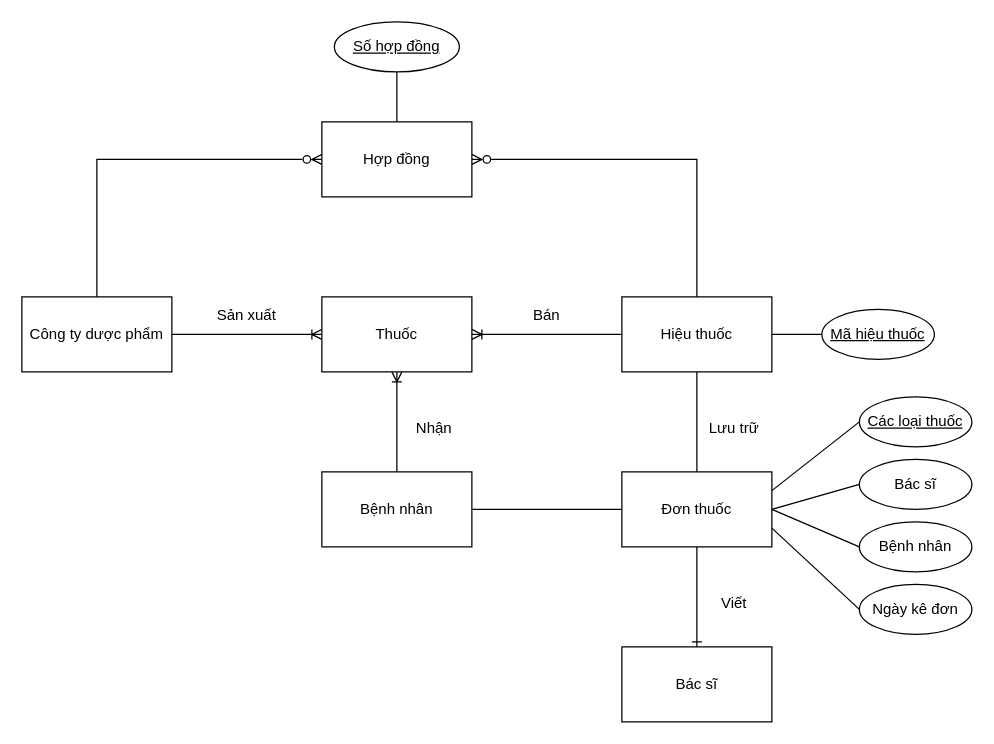
The draw.io diagram page "ER" (1 of 2) of bai1.drawio in kinatraa/DrawIO, before the edit. Source tidied: cells renumbered, new cells numbered last; positions are measured from the earlier drawing's top-left corner, leaving out a move shared by most shapes. Both pictures are drawn from the tidied source at 125%, with x=0, y=0 at pixel (21, 21).
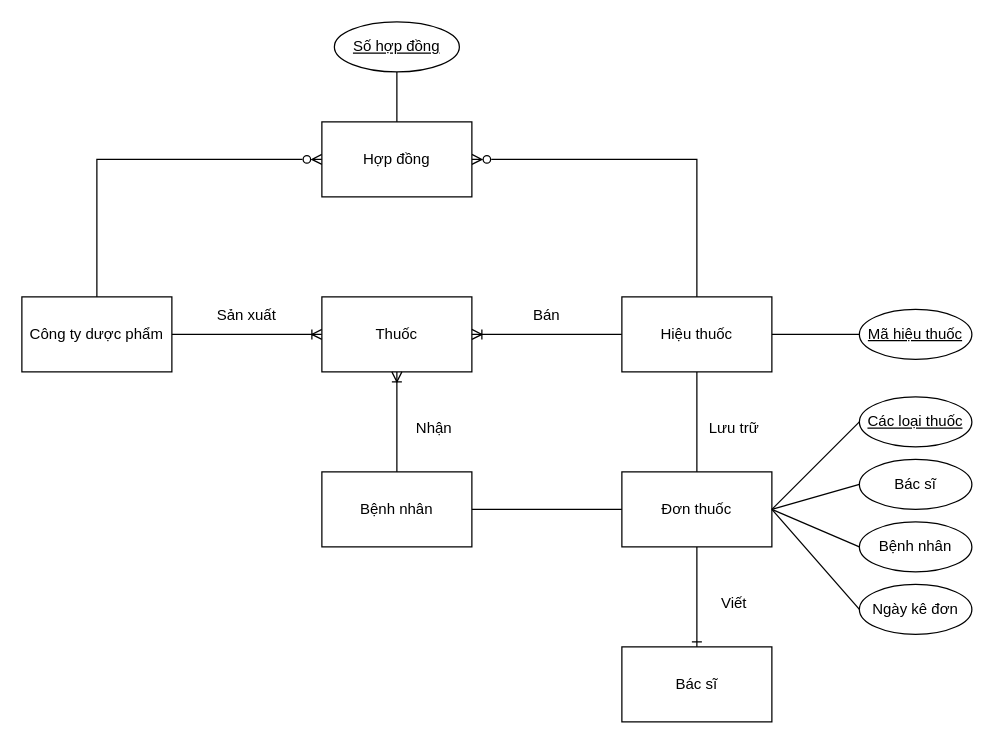
The same diagram, later.

Commit message:
Cập nhật bai1.drawio

The change refers to these unchanged cells:
```xml
<mxCell id="15" value="Đơn thuốc" style="rounded=0;whiteSpace=wrap;html=1;" parent="1" vertex="1">
  <mxGeometry x="480" y="360" width="120" height="60" as="geometry" />
</mxCell>
<mxCell id="18" value="&lt;u&gt;Các loại thuốc&lt;/u&gt;" style="ellipse;whiteSpace=wrap;html=1;" parent="1" vertex="1">
  <mxGeometry x="670" y="300" width="90" height="40" as="geometry" />
</mxCell>
<mxCell id="24" value="Ngày kê đơn" style="ellipse;whiteSpace=wrap;html=1;" parent="1" vertex="1">
  <mxGeometry x="670" y="450" width="90" height="40" as="geometry" />
</mxCell>
```

Change to the diagram source:
```diff
@@
     <mxCell id="13" value="&lt;u&gt;Mã hiệu thuốc&lt;/u&gt;" style="ellipse;whiteSpace=wrap;html=1;" parent="1" vertex="1">
-      <mxGeometry x="640" y="230" width="90" height="40" as="geometry" />
+      <mxGeometry x="670" y="230" width="90" height="40" as="geometry" />
     </mxCell>
@@
-    <mxCell id="17" style="rounded=0;jettySize=auto;html=1;entryX=1;entryY=0.25;entryDx=0;entryDy=0;exitX=0;exitY=0.5;exitDx=0;exitDy=0;endArrow=none;endFill=0;" parent="1" edge="1" source="18" target="15">
-      <mxGeometry relative="1" as="geometry" />
+    <mxCell id="17" style="rounded=0;jettySize=auto;html=1;exitX=0;exitY=0.5;exitDx=0;exitDy=0;endArrow=none;endFill=0;" parent="1" edge="1" source="18">
+      <mxGeometry relative="1" as="geometry">
+        <mxPoint x="600" y="390" as="targetPoint" />
+      </mxGeometry>
     </mxCell>
@@
-    <mxCell id="23" style="rounded=0;jettySize=auto;html=1;endArrow=none;endFill=0;entryX=1;entryY=0.75;entryDx=0;entryDy=0;exitX=0;exitY=0.5;exitDx=0;exitDy=0;" parent="1" edge="1" source="24" target="15">
-      <mxGeometry relative="1" as="geometry" />
+    <mxCell id="23" style="rounded=0;jettySize=auto;html=1;endArrow=none;endFill=0;exitX=0;exitY=0.5;exitDx=0;exitDy=0;" parent="1" edge="1" source="24">
+      <mxGeometry relative="1" as="geometry">
+        <mxPoint x="600" y="390" as="targetPoint" />
+      </mxGeometry>
     </mxCell>
```
